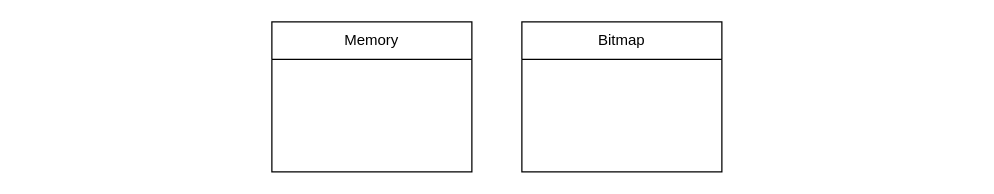
Before: Diagramme Steganographie.drawio in Edouard-Laffont/Steganographie-Schema, a draw.io diagram. Source tidied: cells renumbered, new cells numbered last; positions are measured from the earlier drawing's top-left corner, leaving out a move shared by most shapes. Both pictures are drawn from the tidied source at 125%, with x=0, y=0 at pixel (271, 21).
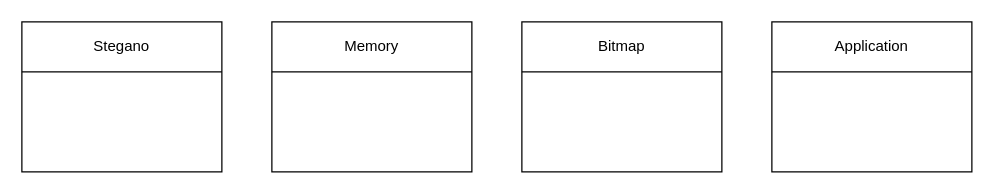
Above is the later version.

Commit message (it also covers changes not shown here):
Mettre à jour Diagramme Steganographie.drawio

What changed in the source:
```diff
@@
 <mxGraphModel>
   <root>
     <mxCell id="0" />
     <mxCell id="1" parent="0" />
-    <mxCell id="2" value="Memory" style="swimlane;fontStyle=0;horizontal=1;startSize=30;whiteSpace=wrap;html=1;" parent="1" vertex="1">
+    <mxCell id="2" value="Memory" style="swimlane;fontStyle=0;horizontal=1;startSize=40;whiteSpace=wrap;html=1;" parent="1" vertex="1">
       <mxGeometry width="160" height="120" as="geometry" />
     </mxCell>
-    <mxCell id="3" value="Bitmap" style="swimlane;fontStyle=0;horizontal=1;startSize=30;whiteSpace=wrap;html=1;" parent="1" vertex="1">
+    <mxCell id="3" value="Bitmap" style="swimlane;fontStyle=0;horizontal=1;startSize=40;whiteSpace=wrap;html=1;" parent="1" vertex="1">
       <mxGeometry x="200" width="160" height="120" as="geometry" />
     </mxCell>
+    <mxCell id="4" value="Stegano" style="swimlane;fontStyle=0;horizontal=1;startSize=40;whiteSpace=wrap;html=1;" parent="1" vertex="1">
+      <mxGeometry x="-200" width="160" height="120" as="geometry" />
+    </mxCell>
+    <mxCell id="5" value="Application" style="swimlane;fontStyle=0;horizontal=1;startSize=40;whiteSpace=wrap;html=1;" parent="1" vertex="1">
+      <mxGeometry x="400" width="160" height="120" as="geometry" />
+    </mxCell>
   </root>
 </mxGraphModel>
```
